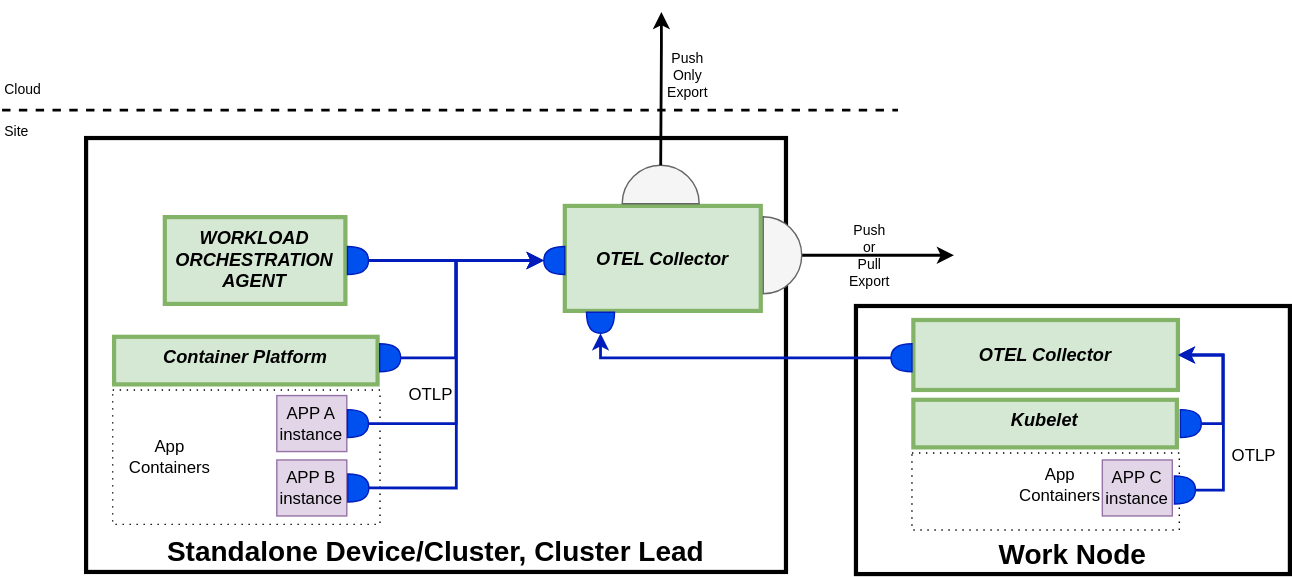
margo/specification keeps this draw.io diagram as system-design/figures/System-design-observability-deployment2.drawio.svg. Above is the earlier version. Source tidied: cells renumbered, new cells last; positions are measured from the earlier drawing's top-left corner, leaving out a move shared by most shapes.
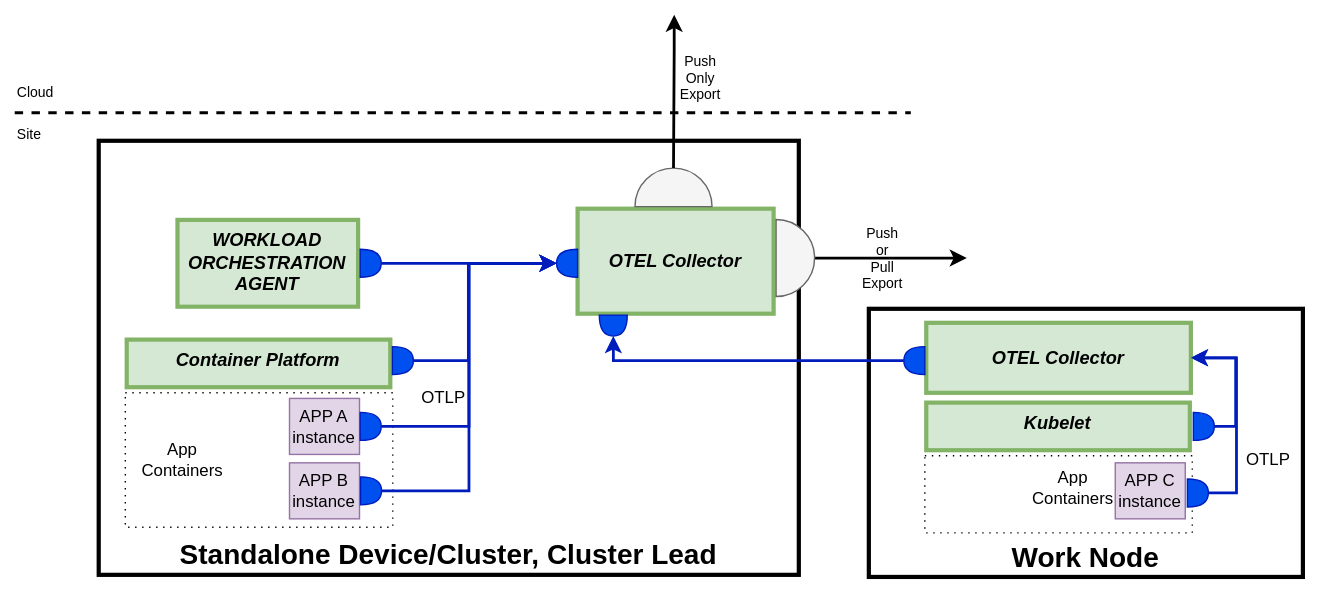
Above is the later version.

What changed in the source:
```diff
@@ -2,6 +2,9 @@
   <root>
     <mxCell id="0" />
     <mxCell id="1" parent="0" />
+    <mxCell id="43" style="rounded=0;whiteSpace=wrap;html=1;strokeColor=none;" parent="1" vertex="1">
+      <mxGeometry x="-10" y="-10" width="940" height="420" as="geometry" />
+    </mxCell>
     <mxCell id="2" value="Standalone Device/Cluster, Cluster Lead" style="whiteSpace=wrap;align=center;verticalAlign=bottom;fontStyle=1;strokeWidth=3;fontSize=20;rounded=0;fontFamily=Helvetica;" parent="1" vertex="1">
       <mxGeometry x="60" y="90" width="500" height="310" as="geometry" />
     </mxCell>
```
